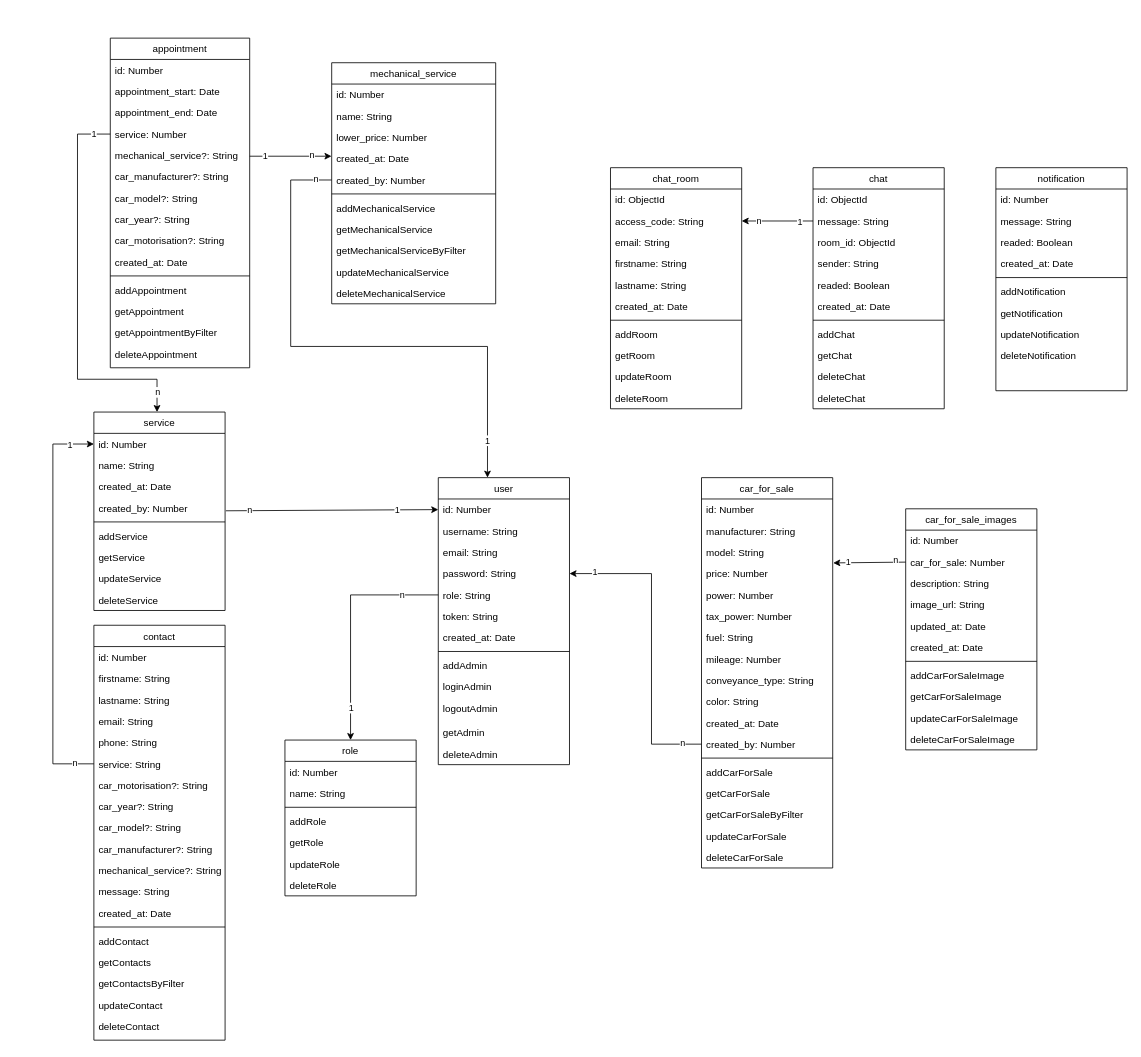
This is documentation/hephaistos-MCD.drawio from nsevendev/hephaistos, a draw.io file, before an edit. Source tidied: cells renumbered, new cells numbered last; positions are measured from the earlier drawing's top-left corner, leaving out a move shared by most shapes. Both pictures are drawn from the tidied source at 82%, with x=0, y=0 at pixel (52, 38).
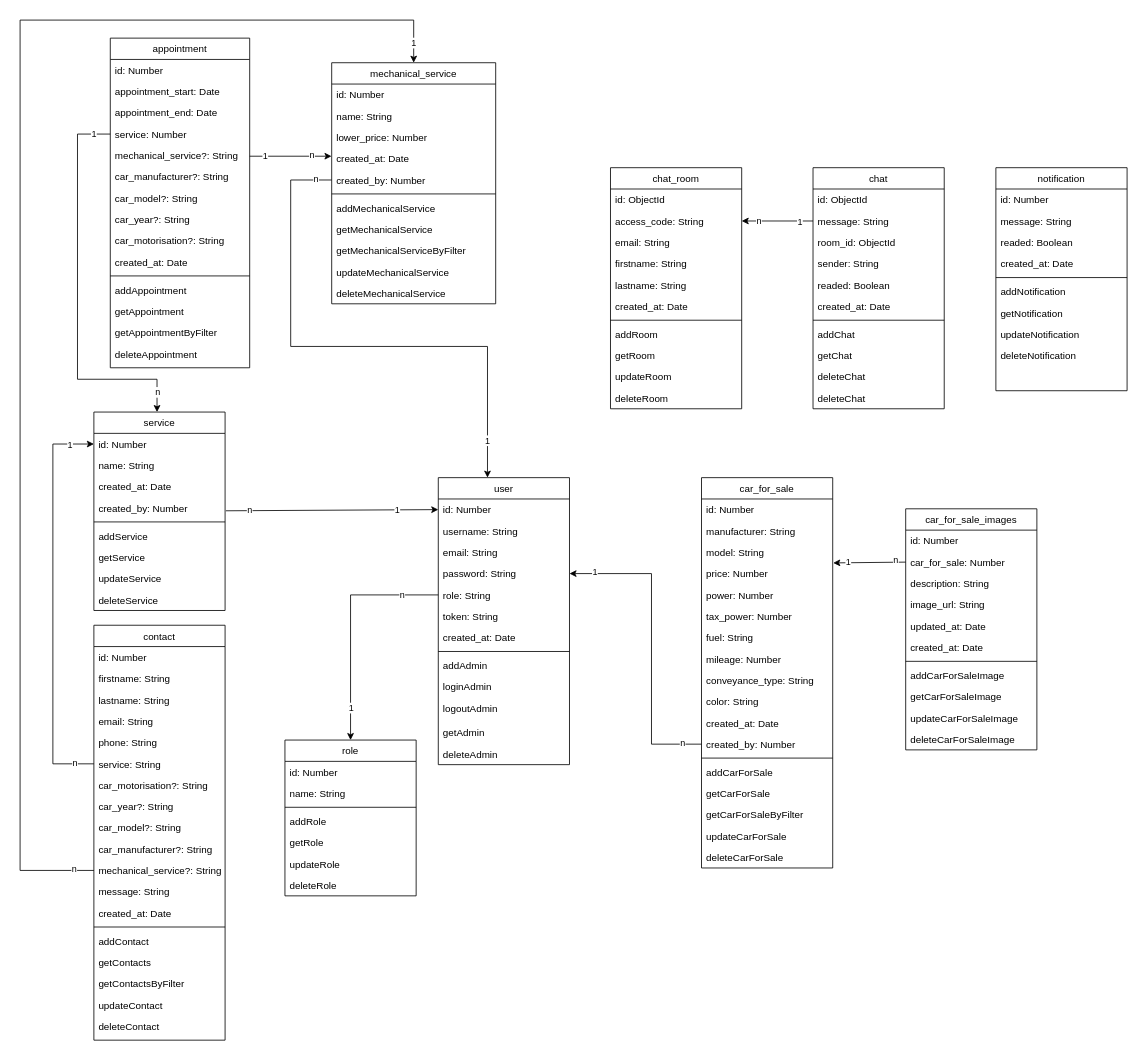
The same page after the edit.

Commit message:
ajout liaison contact vers mechanical-service

Unchanged cells that the change refers to:
```xml
<mxCell id="2" value="mechanical_service" style="swimlane;fontStyle=0;align=center;verticalAlign=top;horizontal=1;startSize=26;rounded=0;shadow=0;strokeWidth=1;" parent="1" vertex="1">
  <mxGeometry x="340" y="30" width="200" height="294" as="geometry" />
</mxCell>
<mxCell id="85" value="mechanical_service?: String" style="text;align=left;verticalAlign=top;spacingLeft=4;spacingRight=4;overflow=hidden;points=[[0,0.5],[1,0.5]];portConstraint=eastwest;" parent="74" vertex="1">
  <mxGeometry y="286" width="160" height="26" as="geometry" />
</mxCell>
```

Diff of the diagram source:
```diff
@@
+    <mxCell id="174" style="edgeStyle=orthogonalEdgeStyle;rounded=0;jettySize=auto;html=1;exitX=0;exitY=0.5;exitDx=0;exitDy=0;entryX=0.5;entryY=0;entryDx=0;entryDy=0;" parent="1" edge="1" source="85" target="2">
+      <mxGeometry relative="1" as="geometry">
+        <Array as="points">
+          <mxPoint x="-40" y="1015" />
+          <mxPoint x="-40" y="-22" />
+          <mxPoint x="440" y="-22" />
+        </Array>
+      </mxGeometry>
+    </mxCell>
+    <mxCell id="175" value="n" style="edgeLabel;html=1;align=center;verticalAlign=middle;" parent="174" vertex="1">
+      <mxGeometry x="-0.97" relative="1" as="geometry">
+        <mxPoint y="-2" as="offset" />
+      </mxGeometry>
+    </mxCell>
+    <mxCell id="176" value="1" style="edgeLabel;html=1;align=center;verticalAlign=middle;" parent="174" vertex="1">
+      <mxGeometry x="0.97" y="1" relative="1" as="geometry">
+        <mxPoint x="-2" as="offset" />
+      </mxGeometry>
+    </mxCell>
```
